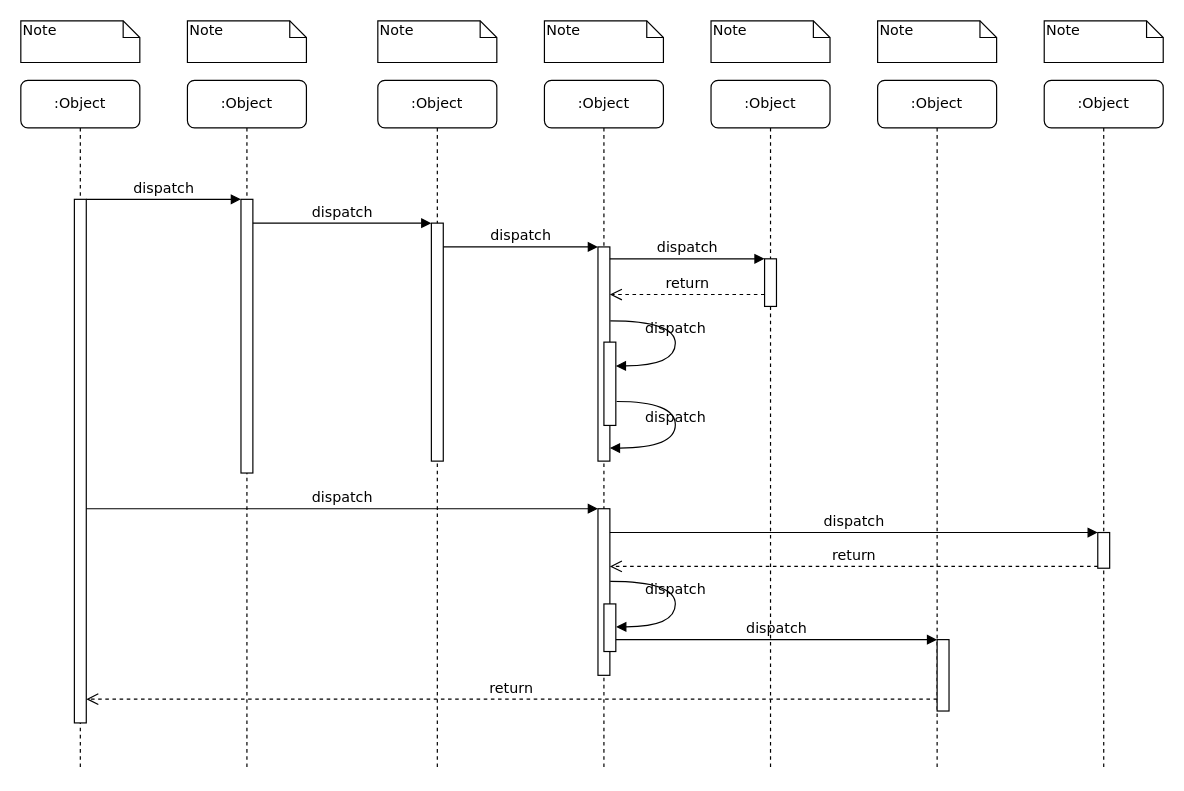
This is 名称未設定ファイル.drawio from 20jun01/urturn_intro, a draw.io file, before an edit. Source tidied: cells renumbered, new cells numbered last; positions are measured from the earlier drawing's top-left corner, leaving out a move shared by most shapes. Both pictures are drawn from the tidied source at 119%, with x=0, y=0 at pixel (20, 20).
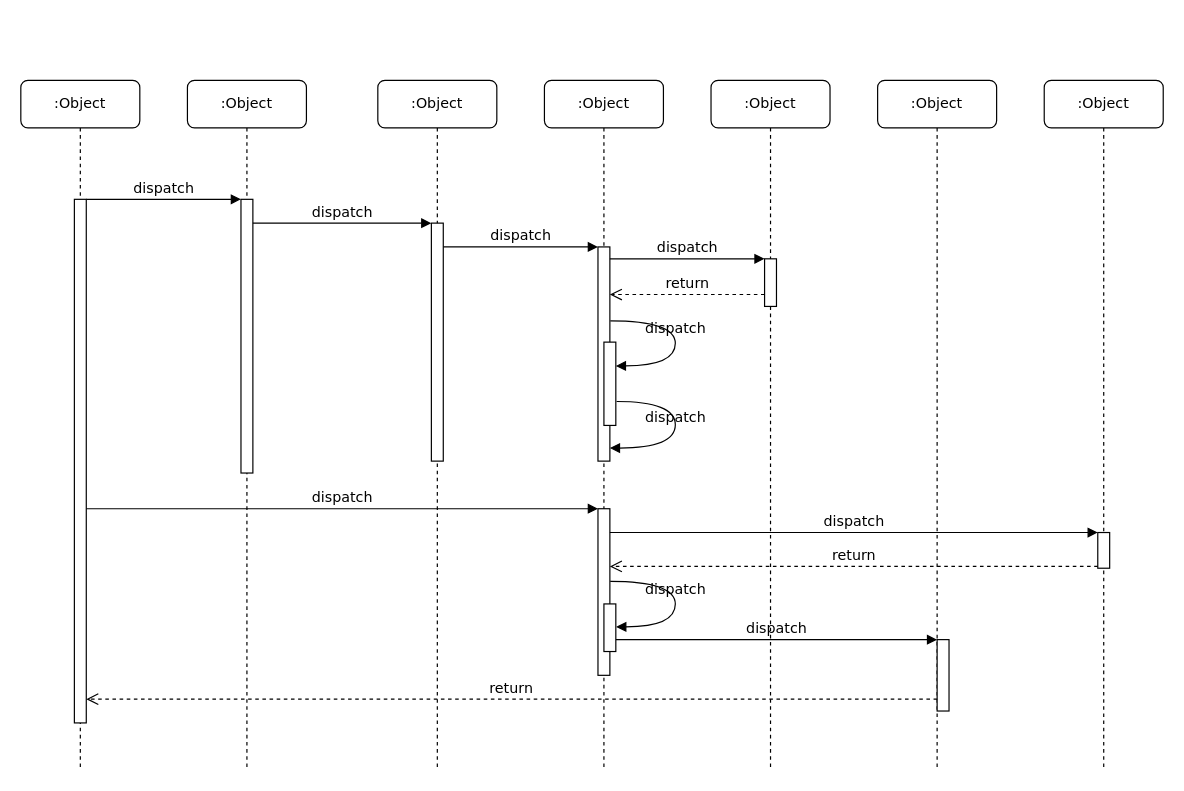
The same page after the edit.

Commit message:
名称未設定ファイル.drawio を更新します

Diff of the diagram source:
```diff
@@
-    <mxCell id="32" value="Note" style="shape=note;whiteSpace=wrap;html=1;size=14;verticalAlign=top;align=left;spacingTop=-6;rounded=0;shadow=0;comic=0;labelBackgroundColor=none;strokeWidth=1;fontFamily=Verdana;fontSize=12;" parent="1" vertex="1">
-      <mxGeometry width="100" height="35" as="geometry" />
-    </mxCell>
-    <mxCell id="33" value="Note" style="shape=note;whiteSpace=wrap;html=1;size=14;verticalAlign=top;align=left;spacingTop=-6;rounded=0;shadow=0;comic=0;labelBackgroundColor=none;strokeWidth=1;fontFamily=Verdana;fontSize=12;" parent="1" vertex="1">
-      <mxGeometry x="140" width="100" height="35" as="geometry" />
-    </mxCell>
-    <mxCell id="34" value="Note" style="shape=note;whiteSpace=wrap;html=1;size=14;verticalAlign=top;align=left;spacingTop=-6;rounded=0;shadow=0;comic=0;labelBackgroundColor=none;strokeWidth=1;fontFamily=Verdana;fontSize=12;" parent="1" vertex="1">
-      <mxGeometry x="300" width="100" height="35" as="geometry" />
-    </mxCell>
-    <mxCell id="35" value="Note" style="shape=note;whiteSpace=wrap;html=1;size=14;verticalAlign=top;align=left;spacingTop=-6;rounded=0;shadow=0;comic=0;labelBackgroundColor=none;strokeWidth=1;fontFamily=Verdana;fontSize=12;" parent="1" vertex="1">
-      <mxGeometry x="440" width="100" height="35" as="geometry" />
-    </mxCell>
-    <mxCell id="36" value="Note" style="shape=note;whiteSpace=wrap;html=1;size=14;verticalAlign=top;align=left;spacingTop=-6;rounded=0;shadow=0;comic=0;labelBackgroundColor=none;strokeWidth=1;fontFamily=Verdana;fontSize=12;" parent="1" vertex="1">
-      <mxGeometry x="580" width="100" height="35" as="geometry" />
-    </mxCell>
-    <mxCell id="37" value="Note" style="shape=note;whiteSpace=wrap;html=1;size=14;verticalAlign=top;align=left;spacingTop=-6;rounded=0;shadow=0;comic=0;labelBackgroundColor=none;strokeWidth=1;fontFamily=Verdana;fontSize=12;" parent="1" vertex="1">
-      <mxGeometry x="720" width="100" height="35" as="geometry" />
-    </mxCell>
-    <mxCell id="38" value="Note" style="shape=note;whiteSpace=wrap;html=1;size=14;verticalAlign=top;align=left;spacingTop=-6;rounded=0;shadow=0;comic=0;labelBackgroundColor=none;strokeWidth=1;fontFamily=Verdana;fontSize=12;" parent="1" vertex="1">
-      <mxGeometry x="860" width="100" height="35" as="geometry" />
-    </mxCell>
```
